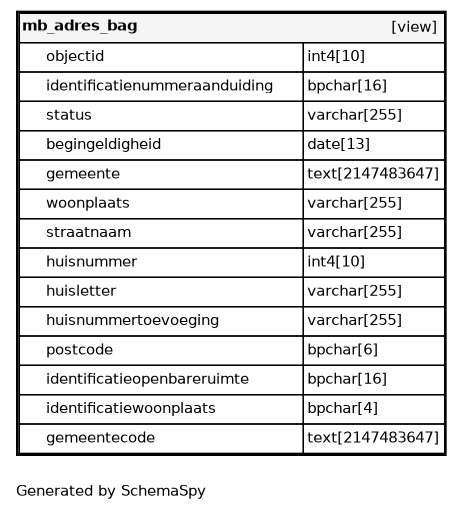
Earlier version of the Graphviz export datamodel/schemaspy/public/diagrams/tables/mb_adres_bag.1degree.png (B3Partners/brmo). Its source is kept beside it as datamodel/schemaspy/public/diagrams/tables/mb_adres_bag.1degree.dot.
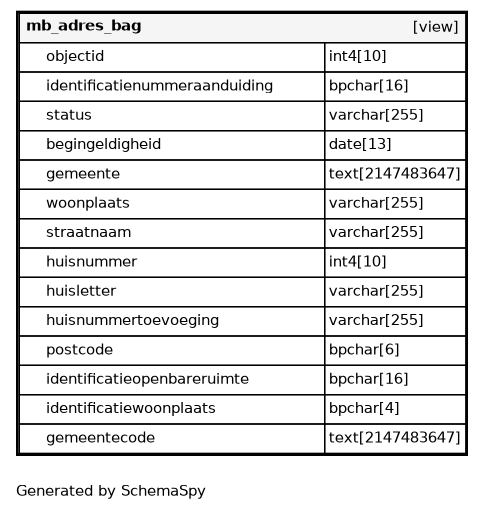
The same diagram one commit later.

Change to the diagram source:
```diff
@@ -1,23 +1,23 @@
 digraph "oneDegreeRelationshipsDiagram" {
-  graph [    rankdir="RL"    bgcolor="#ffffff"    label="\nGenerated by SchemaSpy"    labeljust="l"    nodesep="0.18"    ranksep="0.46"    fontname="Helvetica"    fontsize="11"    ration="compress"  ];  node [    fontname="Helvetica"    fontsize="11"    shape="plaintext"  ];  edge [    arrowsize="0.8"  ];
+  graph [    rankdir="RL"    bgcolor="#ffffff"    label="\nGenerated by SchemaSpy"    labeljust="l"    nodesep="0.18"    ranksep="0.46"    fontname="Helvetica"    fontsize="11"    packmode="graph"  ];  node [    fontname="Helvetica"    fontsize="11"    shape="plaintext"  ];  edge [    arrowsize="0.8"  ];
   "mb_adres_bag" [
    label=<
     <TABLE BORDER="2" CELLBORDER="1" CELLSPACING="0" BGCOLOR="#ffffff">
-      <TR><TD COLSPAN="4"  BGCOLOR="#f5f5f5"><TABLE BORDER="0" CELLSPACING="0"><TR><TD ALIGN="LEFT" FIXEDSIZE="TRUE" WIDTH="85" HEIGHT="16"><B>mb_adres_bag</B></TD><TD ALIGN="RIGHT">[view]</TD></TR></TABLE></TD></TR>
-      <TR><TD PORT="objectid" COLSPAN="2" ALIGN="LEFT"><TABLE BORDER="0" CELLSPACING="0" ALIGN="LEFT"><TR ALIGN="LEFT"><TD ALIGN="LEFT" FIXEDSIZE="TRUE" WIDTH="15" HEIGHT="16"></TD><TD ALIGN="LEFT" FIXEDSIZE="TRUE" WIDTH="192" HEIGHT="16">objectid</TD></TR></TABLE></TD><TD PORT="objectid.type" ALIGN="LEFT">int4[10]</TD></TR>
-      <TR><TD PORT="identificatienummeraanduiding" COLSPAN="2" ALIGN="LEFT"><TABLE BORDER="0" CELLSPACING="0" ALIGN="LEFT"><TR ALIGN="LEFT"><TD ALIGN="LEFT" FIXEDSIZE="TRUE" WIDTH="15" HEIGHT="16"></TD><TD ALIGN="LEFT" FIXEDSIZE="TRUE" WIDTH="192" HEIGHT="16">identificatienummeraanduiding</TD></TR></TABLE></TD><TD PORT="identificatienummeraanduiding.type" ALIGN="LEFT">bpchar[16]</TD></TR>
-      <TR><TD PORT="status" COLSPAN="2" ALIGN="LEFT"><TABLE BORDER="0" CELLSPACING="0" ALIGN="LEFT"><TR ALIGN="LEFT"><TD ALIGN="LEFT" FIXEDSIZE="TRUE" WIDTH="15" HEIGHT="16"></TD><TD ALIGN="LEFT" FIXEDSIZE="TRUE" WIDTH="192" HEIGHT="16">status</TD></TR></TABLE></TD><TD PORT="status.type" ALIGN="LEFT">varchar[255]</TD></TR>
-      <TR><TD PORT="begingeldigheid" COLSPAN="2" ALIGN="LEFT"><TABLE BORDER="0" CELLSPACING="0" ALIGN="LEFT"><TR ALIGN="LEFT"><TD ALIGN="LEFT" FIXEDSIZE="TRUE" WIDTH="15" HEIGHT="16"></TD><TD ALIGN="LEFT" FIXEDSIZE="TRUE" WIDTH="192" HEIGHT="16">begingeldigheid</TD></TR></TABLE></TD><TD PORT="begingeldigheid.type" ALIGN="LEFT">date[13]</TD></TR>
-      <TR><TD PORT="gemeente" COLSPAN="2" ALIGN="LEFT"><TABLE BORDER="0" CELLSPACING="0" ALIGN="LEFT"><TR ALIGN="LEFT"><TD ALIGN="LEFT" FIXEDSIZE="TRUE" WIDTH="15" HEIGHT="16"></TD><TD ALIGN="LEFT" FIXEDSIZE="TRUE" WIDTH="192" HEIGHT="16">gemeente</TD></TR></TABLE></TD><TD PORT="gemeente.type" ALIGN="LEFT">text[2147483647]</TD></TR>
-      <TR><TD PORT="woonplaats" COLSPAN="2" ALIGN="LEFT"><TABLE BORDER="0" CELLSPACING="0" ALIGN="LEFT"><TR ALIGN="LEFT"><TD ALIGN="LEFT" FIXEDSIZE="TRUE" WIDTH="15" HEIGHT="16"></TD><TD ALIGN="LEFT" FIXEDSIZE="TRUE" WIDTH="192" HEIGHT="16">woonplaats</TD></TR></TABLE></TD><TD PORT="woonplaats.type" ALIGN="LEFT">varchar[255]</TD></TR>
-      <TR><TD PORT="straatnaam" COLSPAN="2" ALIGN="LEFT"><TABLE BORDER="0" CELLSPACING="0" ALIGN="LEFT"><TR ALIGN="LEFT"><TD ALIGN="LEFT" FIXEDSIZE="TRUE" WIDTH="15" HEIGHT="16"></TD><TD ALIGN="LEFT" FIXEDSIZE="TRUE" WIDTH="192" HEIGHT="16">straatnaam</TD></TR></TABLE></TD><TD PORT="straatnaam.type" ALIGN="LEFT">varchar[255]</TD></TR>
-      <TR><TD PORT="huisnummer" COLSPAN="2" ALIGN="LEFT"><TABLE BORDER="0" CELLSPACING="0" ALIGN="LEFT"><TR ALIGN="LEFT"><TD ALIGN="LEFT" FIXEDSIZE="TRUE" WIDTH="15" HEIGHT="16"></TD><TD ALIGN="LEFT" FIXEDSIZE="TRUE" WIDTH="192" HEIGHT="16">huisnummer</TD></TR></TABLE></TD><TD PORT="huisnummer.type" ALIGN="LEFT">int4[10]</TD></TR>
-      <TR><TD PORT="huisletter" COLSPAN="2" ALIGN="LEFT"><TABLE BORDER="0" CELLSPACING="0" ALIGN="LEFT"><TR ALIGN="LEFT"><TD ALIGN="LEFT" FIXEDSIZE="TRUE" WIDTH="15" HEIGHT="16"></TD><TD ALIGN="LEFT" FIXEDSIZE="TRUE" WIDTH="192" HEIGHT="16">huisletter</TD></TR></TABLE></TD><TD PORT="huisletter.type" ALIGN="LEFT">varchar[255]</TD></TR>
-      <TR><TD PORT="huisnummertoevoeging" COLSPAN="2" ALIGN="LEFT"><TABLE BORDER="0" CELLSPACING="0" ALIGN="LEFT"><TR ALIGN="LEFT"><TD ALIGN="LEFT" FIXEDSIZE="TRUE" WIDTH="15" HEIGHT="16"></TD><TD ALIGN="LEFT" FIXEDSIZE="TRUE" WIDTH="192" HEIGHT="16">huisnummertoevoeging</TD></TR></TABLE></TD><TD PORT="huisnummertoevoeging.type" ALIGN="LEFT">varchar[255]</TD></TR>
-      <TR><TD PORT="postcode" COLSPAN="2" ALIGN="LEFT"><TABLE BORDER="0" CELLSPACING="0" ALIGN="LEFT"><TR ALIGN="LEFT"><TD ALIGN="LEFT" FIXEDSIZE="TRUE" WIDTH="15" HEIGHT="16"></TD><TD ALIGN="LEFT" FIXEDSIZE="TRUE" WIDTH="192" HEIGHT="16">postcode</TD></TR></TABLE></TD><TD PORT="postcode.type" ALIGN="LEFT">bpchar[6]</TD></TR>
-      <TR><TD PORT="identificatieopenbareruimte" COLSPAN="2" ALIGN="LEFT"><TABLE BORDER="0" CELLSPACING="0" ALIGN="LEFT"><TR ALIGN="LEFT"><TD ALIGN="LEFT" FIXEDSIZE="TRUE" WIDTH="15" HEIGHT="16"></TD><TD ALIGN="LEFT" FIXEDSIZE="TRUE" WIDTH="192" HEIGHT="16">identificatieopenbareruimte</TD></TR></TABLE></TD><TD PORT="identificatieopenbareruimte.type" ALIGN="LEFT">bpchar[16]</TD></TR>
-      <TR><TD PORT="identificatiewoonplaats" COLSPAN="2" ALIGN="LEFT"><TABLE BORDER="0" CELLSPACING="0" ALIGN="LEFT"><TR ALIGN="LEFT"><TD ALIGN="LEFT" FIXEDSIZE="TRUE" WIDTH="15" HEIGHT="16"></TD><TD ALIGN="LEFT" FIXEDSIZE="TRUE" WIDTH="192" HEIGHT="16">identificatiewoonplaats</TD></TR></TABLE></TD><TD PORT="identificatiewoonplaats.type" ALIGN="LEFT">bpchar[4]</TD></TR>
-      <TR><TD PORT="gemeentecode" COLSPAN="2" ALIGN="LEFT"><TABLE BORDER="0" CELLSPACING="0" ALIGN="LEFT"><TR ALIGN="LEFT"><TD ALIGN="LEFT" FIXEDSIZE="TRUE" WIDTH="15" HEIGHT="16"></TD><TD ALIGN="LEFT" FIXEDSIZE="TRUE" WIDTH="192" HEIGHT="16">gemeentecode</TD></TR></TABLE></TD><TD PORT="gemeentecode.type" ALIGN="LEFT">text[2147483647]</TD></TR>
+      <TR><TD COLSPAN="4"  BGCOLOR="#f5f5f5"><TABLE BORDER="0" CELLSPACING="0"><TR><TD ALIGN="LEFT" FIXEDSIZE="TRUE" WIDTH="92" HEIGHT="16"><B>mb_adres_bag</B></TD><TD ALIGN="RIGHT">[view]</TD></TR></TABLE></TD></TR>
+      <TR><TD PORT="objectid" COLSPAN="2" ALIGN="LEFT"><TABLE BORDER="0" CELLSPACING="0" ALIGN="LEFT"><TR ALIGN="LEFT"><TD ALIGN="LEFT" FIXEDSIZE="TRUE" WIDTH="15" HEIGHT="16"></TD><TD ALIGN="LEFT" FIXEDSIZE="TRUE" WIDTH="208" HEIGHT="16">objectid</TD></TR></TABLE></TD><TD PORT="objectid.type" ALIGN="LEFT">int4[10]</TD></TR>
+      <TR><TD PORT="identificatienummeraanduiding" COLSPAN="2" ALIGN="LEFT"><TABLE BORDER="0" CELLSPACING="0" ALIGN="LEFT"><TR ALIGN="LEFT"><TD ALIGN="LEFT" FIXEDSIZE="TRUE" WIDTH="15" HEIGHT="16"></TD><TD ALIGN="LEFT" FIXEDSIZE="TRUE" WIDTH="208" HEIGHT="16">identificatienummeraanduiding</TD></TR></TABLE></TD><TD PORT="identificatienummeraanduiding.type" ALIGN="LEFT">bpchar[16]</TD></TR>
+      <TR><TD PORT="status" COLSPAN="2" ALIGN="LEFT"><TABLE BORDER="0" CELLSPACING="0" ALIGN="LEFT"><TR ALIGN="LEFT"><TD ALIGN="LEFT" FIXEDSIZE="TRUE" WIDTH="15" HEIGHT="16"></TD><TD ALIGN="LEFT" FIXEDSIZE="TRUE" WIDTH="208" HEIGHT="16">status</TD></TR></TABLE></TD><TD PORT="status.type" ALIGN="LEFT">varchar[255]</TD></TR>
+      <TR><TD PORT="begingeldigheid" COLSPAN="2" ALIGN="LEFT"><TABLE BORDER="0" CELLSPACING="0" ALIGN="LEFT"><TR ALIGN="LEFT"><TD ALIGN="LEFT" FIXEDSIZE="TRUE" WIDTH="15" HEIGHT="16"></TD><TD ALIGN="LEFT" FIXEDSIZE="TRUE" WIDTH="208" HEIGHT="16">begingeldigheid</TD></TR></TABLE></TD><TD PORT="begingeldigheid.type" ALIGN="LEFT">date[13]</TD></TR>
+      <TR><TD PORT="gemeente" COLSPAN="2" ALIGN="LEFT"><TABLE BORDER="0" CELLSPACING="0" ALIGN="LEFT"><TR ALIGN="LEFT"><TD ALIGN="LEFT" FIXEDSIZE="TRUE" WIDTH="15" HEIGHT="16"></TD><TD ALIGN="LEFT" FIXEDSIZE="TRUE" WIDTH="208" HEIGHT="16">gemeente</TD></TR></TABLE></TD><TD PORT="gemeente.type" ALIGN="LEFT">text[2147483647]</TD></TR>
+      <TR><TD PORT="woonplaats" COLSPAN="2" ALIGN="LEFT"><TABLE BORDER="0" CELLSPACING="0" ALIGN="LEFT"><TR ALIGN="LEFT"><TD ALIGN="LEFT" FIXEDSIZE="TRUE" WIDTH="15" HEIGHT="16"></TD><TD ALIGN="LEFT" FIXEDSIZE="TRUE" WIDTH="208" HEIGHT="16">woonplaats</TD></TR></TABLE></TD><TD PORT="woonplaats.type" ALIGN="LEFT">varchar[255]</TD></TR>
+      <TR><TD PORT="straatnaam" COLSPAN="2" ALIGN="LEFT"><TABLE BORDER="0" CELLSPACING="0" ALIGN="LEFT"><TR ALIGN="LEFT"><TD ALIGN="LEFT" FIXEDSIZE="TRUE" WIDTH="15" HEIGHT="16"></TD><TD ALIGN="LEFT" FIXEDSIZE="TRUE" WIDTH="208" HEIGHT="16">straatnaam</TD></TR></TABLE></TD><TD PORT="straatnaam.type" ALIGN="LEFT">varchar[255]</TD></TR>
+      <TR><TD PORT="huisnummer" COLSPAN="2" ALIGN="LEFT"><TABLE BORDER="0" CELLSPACING="0" ALIGN="LEFT"><TR ALIGN="LEFT"><TD ALIGN="LEFT" FIXEDSIZE="TRUE" WIDTH="15" HEIGHT="16"></TD><TD ALIGN="LEFT" FIXEDSIZE="TRUE" WIDTH="208" HEIGHT="16">huisnummer</TD></TR></TABLE></TD><TD PORT="huisnummer.type" ALIGN="LEFT">int4[10]</TD></TR>
+      <TR><TD PORT="huisletter" COLSPAN="2" ALIGN="LEFT"><TABLE BORDER="0" CELLSPACING="0" ALIGN="LEFT"><TR ALIGN="LEFT"><TD ALIGN="LEFT" FIXEDSIZE="TRUE" WIDTH="15" HEIGHT="16"></TD><TD ALIGN="LEFT" FIXEDSIZE="TRUE" WIDTH="208" HEIGHT="16">huisletter</TD></TR></TABLE></TD><TD PORT="huisletter.type" ALIGN="LEFT">varchar[255]</TD></TR>
+      <TR><TD PORT="huisnummertoevoeging" COLSPAN="2" ALIGN="LEFT"><TABLE BORDER="0" CELLSPACING="0" ALIGN="LEFT"><TR ALIGN="LEFT"><TD ALIGN="LEFT" FIXEDSIZE="TRUE" WIDTH="15" HEIGHT="16"></TD><TD ALIGN="LEFT" FIXEDSIZE="TRUE" WIDTH="208" HEIGHT="16">huisnummertoevoeging</TD></TR></TABLE></TD><TD PORT="huisnummertoevoeging.type" ALIGN="LEFT">varchar[255]</TD></TR>
+      <TR><TD PORT="postcode" COLSPAN="2" ALIGN="LEFT"><TABLE BORDER="0" CELLSPACING="0" ALIGN="LEFT"><TR ALIGN="LEFT"><TD ALIGN="LEFT" FIXEDSIZE="TRUE" WIDTH="15" HEIGHT="16"></TD><TD ALIGN="LEFT" FIXEDSIZE="TRUE" WIDTH="208" HEIGHT="16">postcode</TD></TR></TABLE></TD><TD PORT="postcode.type" ALIGN="LEFT">bpchar[6]</TD></TR>
+      <TR><TD PORT="identificatieopenbareruimte" COLSPAN="2" ALIGN="LEFT"><TABLE BORDER="0" CELLSPACING="0" ALIGN="LEFT"><TR ALIGN="LEFT"><TD ALIGN="LEFT" FIXEDSIZE="TRUE" WIDTH="15" HEIGHT="16"></TD><TD ALIGN="LEFT" FIXEDSIZE="TRUE" WIDTH="208" HEIGHT="16">identificatieopenbareruimte</TD></TR></TABLE></TD><TD PORT="identificatieopenbareruimte.type" ALIGN="LEFT">bpchar[16]</TD></TR>
+      <TR><TD PORT="identificatiewoonplaats" COLSPAN="2" ALIGN="LEFT"><TABLE BORDER="0" CELLSPACING="0" ALIGN="LEFT"><TR ALIGN="LEFT"><TD ALIGN="LEFT" FIXEDSIZE="TRUE" WIDTH="15" HEIGHT="16"></TD><TD ALIGN="LEFT" FIXEDSIZE="TRUE" WIDTH="208" HEIGHT="16">identificatiewoonplaats</TD></TR></TABLE></TD><TD PORT="identificatiewoonplaats.type" ALIGN="LEFT">bpchar[4]</TD></TR>
+      <TR><TD PORT="gemeentecode" COLSPAN="2" ALIGN="LEFT"><TABLE BORDER="0" CELLSPACING="0" ALIGN="LEFT"><TR ALIGN="LEFT"><TD ALIGN="LEFT" FIXEDSIZE="TRUE" WIDTH="15" HEIGHT="16"></TD><TD ALIGN="LEFT" FIXEDSIZE="TRUE" WIDTH="208" HEIGHT="16">gemeentecode</TD></TR></TABLE></TD><TD PORT="gemeentecode.type" ALIGN="LEFT">text[2147483647]</TD></TR>
     </TABLE>>
     URL="mb_adres_bag.html"
     target="_top"
```
